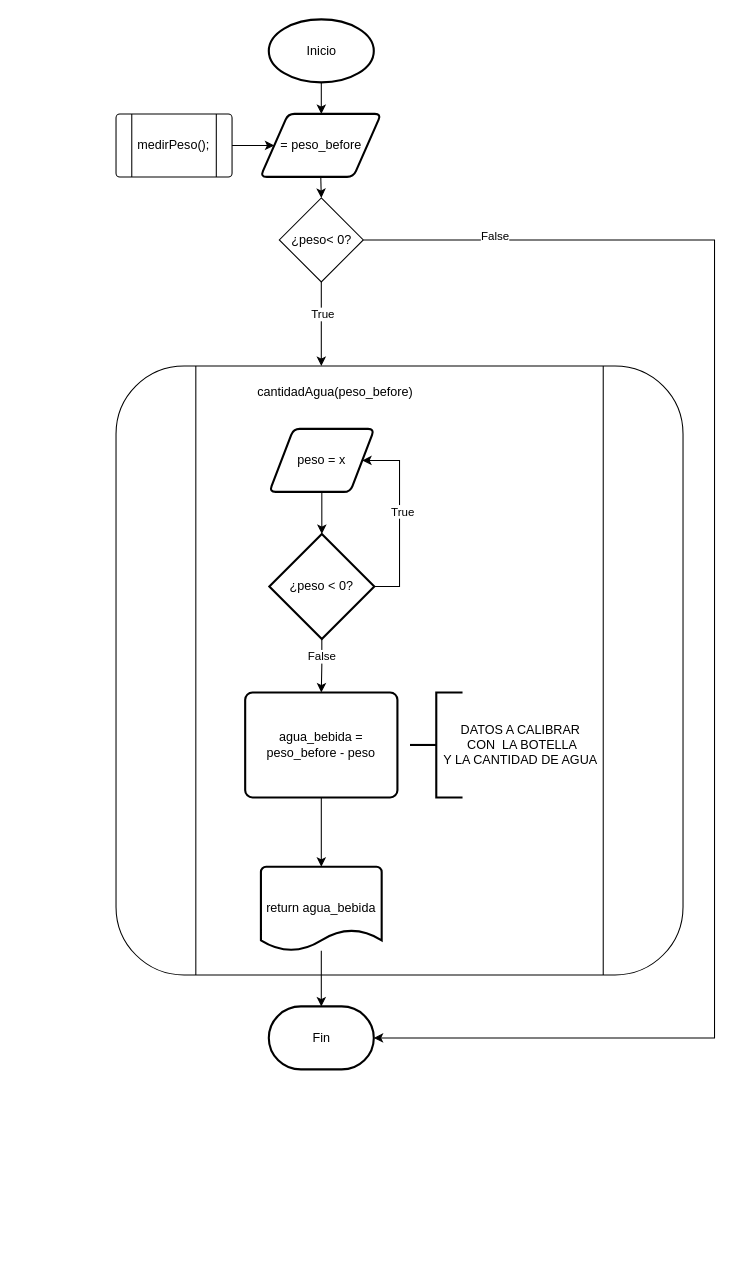
Above: app_diagrams/Quantity_water_bottle-Cantidad_agua_botella.drawio in Serious-Games-V-UFV/SERIOUS-GAMES-V-UFV (draw.io), before the change. Source tidied: cells renumbered, new cells numbered last; positions are measured from the earlier drawing's top-left corner, leaving out a move shared by most shapes. Both pictures are drawn from the tidied source at 105%, with x=0, y=0 at pixel (116, 19).
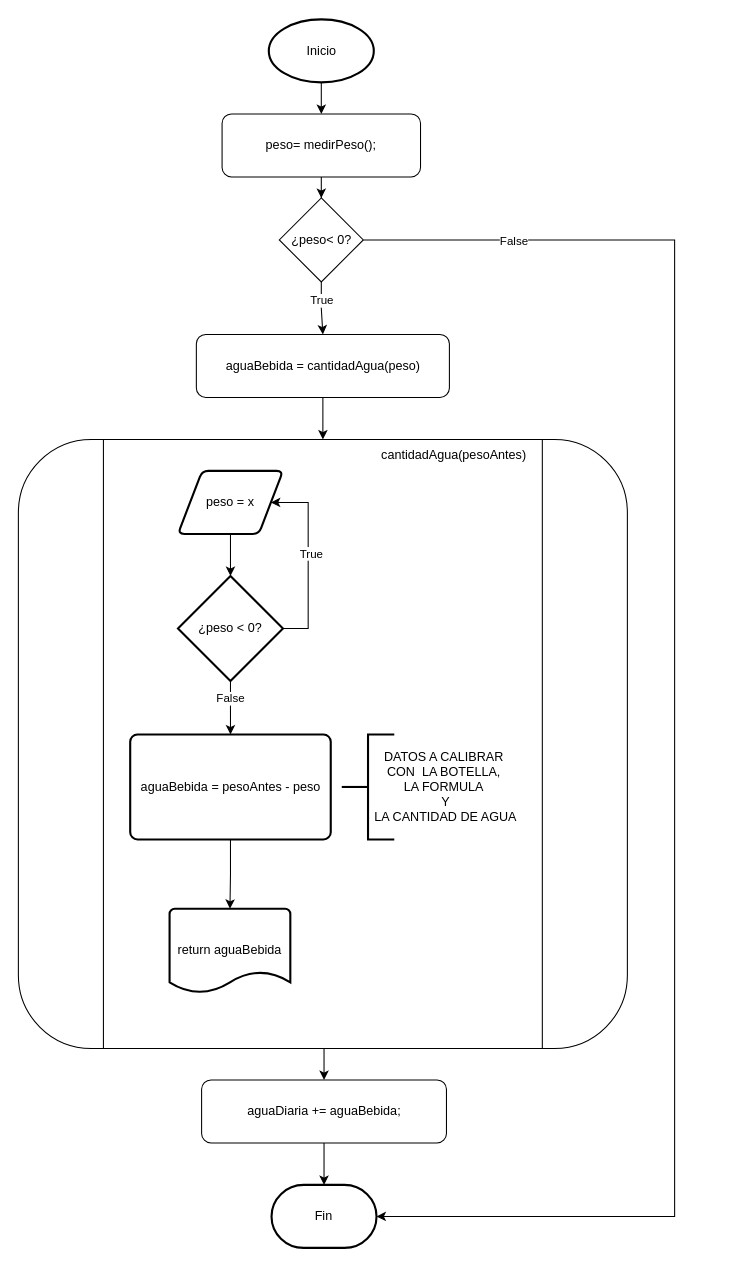
The same page after the edit.

Commit message (it also covers changes not shown here):
Updated Cantidad de agua bebida

Unchanged cells that the change refers to:
```xml
<mxCell id="12" value="¿peso&amp;lt; 0?" style="rhombus;whiteSpace=wrap;html=1;" parent="1" vertex="1">
  <mxGeometry x="155.5" y="170" width="80" height="80" as="geometry" />
</mxCell>
```

Change to the diagram source:
```diff
@@
-    <mxCell id="4" style="edgeStyle=orthogonalEdgeStyle;rounded=0;jettySize=auto;html=1;exitX=0.5;exitY=1;exitDx=0;exitDy=0;entryX=0.5;entryY=0;entryDx=0;entryDy=0;" parent="1" edge="1" source="5" target="12">
-      <mxGeometry relative="1" as="geometry" />
-    </mxCell>
-    <mxCell id="5" value="= peso_before" style="shape=parallelogram;html=1;strokeWidth=2;perimeter=parallelogramPerimeter;whiteSpace=wrap;rounded=1;arcSize=12;size=0.23;" parent="1" vertex="1">
-      <mxGeometry x="137.5" y="90" width="115" height="60" as="geometry" />
-    </mxCell>
-    <mxCell id="6" style="edgeStyle=orthogonalEdgeStyle;rounded=0;jettySize=auto;html=1;entryX=0;entryY=0.5;entryDx=0;entryDy=0;" parent="1" edge="1" source="7" target="5">
-      <mxGeometry relative="1" as="geometry" />
-    </mxCell>
-    <mxCell id="7" value="medirPeso();" style="verticalLabelPosition=middle;verticalAlign=middle;html=1;shape=process;whiteSpace=wrap;rounded=1;size=0.14;arcSize=6;labelPosition=center;align=center;" parent="1" vertex="1">
-      <mxGeometry y="90" width="110.5" height="60" as="geometry" />
-    </mxCell>
-    <mxCell id="8" style="edgeStyle=orthogonalEdgeStyle;rounded=0;jettySize=auto;html=1;" parent="1" edge="1" source="12">
-      <mxGeometry relative="1" as="geometry">
-        <mxPoint x="195.5" y="330" as="targetPoint" />
-      </mxGeometry>
-    </mxCell>
-    <mxCell id="9" value="True" style="edgeLabel;html=1;align=center;verticalAlign=middle;" parent="8" vertex="1">
-      <mxGeometry x="-0.25" y="1" relative="1" as="geometry" />
-    </mxCell>
-    <mxCell id="10" style="edgeStyle=orthogonalEdgeStyle;rounded=0;jettySize=auto;html=1;entryX=1;entryY=0.5;entryDx=0;entryDy=0;entryPerimeter=0;" parent="1" edge="1" source="12" target="19">
+    <mxCell id="10" style="edgeStyle=orthogonalEdgeStyle;rounded=0;jettySize=auto;html=1;entryX=1;entryY=0.5;entryDx=0;entryDy=0;entryPerimeter=0;exitX=1;exitY=0.5;exitDx=0;exitDy=0;" parent="1" edge="1" source="12" target="19">
       <mxGeometry relative="1" as="geometry">
         <Array as="points">
-          <mxPoint x="570" y="210" />
-          <mxPoint x="570" y="970" />
+          <mxPoint x="532" y="210" />
+          <mxPoint x="532" y="1140" />
         </Array>
       </mxGeometry>
     </mxCell>
     <mxCell id="11" value="False" style="edgeLabel;html=1;align=center;verticalAlign=middle;" parent="10" vertex="1">
-      <mxGeometry x="-0.51" y="1" relative="1" as="geometry">
-        <mxPoint x="-211" y="-17" as="offset" />
+      <mxGeometry x="-0.91" y="-1" relative="1" as="geometry">
+        <mxPoint x="75" y="-1" as="offset" />
       </mxGeometry>
     </mxCell>
+    <mxCell id="30" style="edgeStyle=orthogonalEdgeStyle;rounded=0;jettySize=auto;html=1;entryX=0.5;entryY=0;entryDx=0;entryDy=0;" parent="1" edge="1" source="12" target="34">
+      <mxGeometry relative="1" as="geometry">
+        <Array as="points">
+          <mxPoint x="196" y="275" />
+          <mxPoint x="196" y="275" />
+          <mxPoint x="196" y="300" />
+        </Array>
+      </mxGeometry>
+    </mxCell>
+    <mxCell id="9" value="True" style="edgeLabel;html=1;align=center;verticalAlign=middle;" parent="30" vertex="1">
+      <mxGeometry x="-0.32" relative="1" as="geometry" />
+    </mxCell>
@@
+    <mxCell id="21" style="edgeStyle=orthogonalEdgeStyle;rounded=0;jettySize=auto;html=1;entryX=0.5;entryY=0;entryDx=0;entryDy=0;" parent="1" edge="1" source="17" target="32">
+      <mxGeometry relative="1" as="geometry" />
+    </mxCell>
+    <mxCell id="19" value="Fin" style="strokeWidth=2;html=1;shape=mxgraph.flowchart.terminator;whiteSpace=wrap;" parent="1" vertex="1">
+      <mxGeometry x="148.1" y="1110" width="100" height="60" as="geometry" />
+    </mxCell>
+    <mxCell id="31" style="edgeStyle=orthogonalEdgeStyle;rounded=0;jettySize=auto;html=1;" parent="1" edge="1" source="32" target="19">
+      <mxGeometry relative="1" as="geometry" />
+    </mxCell>
+    <mxCell id="32" value="aguaDiaria += aguaBebida;" style="rounded=1;whiteSpace=wrap;html=1;" parent="1" vertex="1">
+      <mxGeometry x="81.5" y="1010" width="233.2" height="60" as="geometry" />
+    </mxCell>
+    <mxCell id="33" style="edgeStyle=orthogonalEdgeStyle;rounded=0;jettySize=auto;html=1;entryX=0.5;entryY=0;entryDx=0;entryDy=0;" parent="1" edge="1" source="34" target="14">
+      <mxGeometry relative="1" as="geometry" />
+    </mxCell>
+    <mxCell id="34" value="aguaBebida = cantidadAgua(peso)" style="rounded=1;whiteSpace=wrap;html=1;" parent="1" vertex="1">
+      <mxGeometry x="76.5" y="300" width="241" height="60" as="geometry" />
+    </mxCell>
+    <mxCell id="35" style="group;" parent="1" vertex="1">
+      <mxGeometry x="-93" y="400" width="580" height="580" as="geometry" />
+    </mxCell>
-    <mxCell id="13" style="text;html=1;align=center;verticalAlign=middle;strokeColor=none;fillColor=none;" parent="1" vertex="1">
-      <mxGeometry x="193.5" y="474" width="30" height="30" as="geometry" />
+    <mxCell id="13" style="text;html=1;align=center;verticalAlign=middle;strokeColor=none;fillColor=none;" parent="35" vertex="1">
+      <mxGeometry x="243.5" y="92" width="30" height="30" as="geometry" />
     </mxCell>
-    <mxCell id="14" style="verticalLabelPosition=bottom;verticalAlign=top;html=1;shape=process;whiteSpace=wrap;rounded=1;size=0.14;arcSize=12;" parent="1" vertex="1">
-      <mxGeometry y="330" width="540" height="580" as="geometry" />
+    <mxCell id="14" style="verticalLabelPosition=bottom;verticalAlign=top;html=1;shape=process;whiteSpace=wrap;rounded=1;size=0.14;arcSize=12;" parent="35" vertex="1">
+      <mxGeometry width="580" height="580" as="geometry" />
     </mxCell>
-    <mxCell id="15" value="peso = x" style="shape=parallelogram;html=1;strokeWidth=2;perimeter=parallelogramPerimeter;whiteSpace=wrap;rounded=1;arcSize=12;size=0.23;" parent="1" vertex="1">
-      <mxGeometry x="146" y="390" width="100" height="60" as="geometry" />
+    <mxCell id="15" value="peso = x" style="shape=parallelogram;html=1;strokeWidth=2;perimeter=parallelogramPerimeter;whiteSpace=wrap;rounded=1;arcSize=12;size=0.23;" parent="35" vertex="1">
+      <mxGeometry x="152" y="30" width="100" height="60" as="geometry" />
     </mxCell>
-    <mxCell id="16" value="agua_bebida = peso_before - peso" style="rounded=1;whiteSpace=wrap;html=1;absoluteArcSize=1;arcSize=14;strokeWidth=2;" parent="1" vertex="1">
-      <mxGeometry x="123" y="641" width="145" height="100" as="geometry" />
+    <mxCell id="16" value="aguaBebida = pesoAntes - peso" style="rounded=1;whiteSpace=wrap;html=1;absoluteArcSize=1;arcSize=14;strokeWidth=2;" parent="35" vertex="1">
+      <mxGeometry x="106.5" y="281" width="191" height="100" as="geometry" />
     </mxCell>
-    <mxCell id="17" value="return agua_bebida" style="strokeWidth=2;html=1;shape=mxgraph.flowchart.document2;whiteSpace=wrap;size=0.25;" parent="1" vertex="1">
-      <mxGeometry x="138" y="807" width="115" height="80" as="geometry" />
+    <mxCell id="17" value="return aguaBebida" style="strokeWidth=2;html=1;shape=mxgraph.flowchart.document2;whiteSpace=wrap;size=0.25;" parent="35" vertex="1">
+      <mxGeometry x="144" y="447" width="115" height="80" as="geometry" />
     </mxCell>
-    <mxCell id="18" style="edgeStyle=orthogonalEdgeStyle;rounded=0;jettySize=auto;html=1;entryX=0.5;entryY=0;entryDx=0;entryDy=0;entryPerimeter=0;" parent="1" edge="1" source="16" target="17">
+    <mxCell id="18" style="edgeStyle=orthogonalEdgeStyle;rounded=0;jettySize=auto;html=1;entryX=0.5;entryY=0;entryDx=0;entryDy=0;entryPerimeter=0;" parent="35" edge="1" source="16" target="17">
       <mxGeometry relative="1" as="geometry" />
     </mxCell>
-    <mxCell id="19" value="Fin" style="strokeWidth=2;html=1;shape=mxgraph.flowchart.terminator;whiteSpace=wrap;" parent="1" vertex="1">
-      <mxGeometry x="145.5" y="940" width="100" height="60" as="geometry" />
-    </mxCell>
-    <mxCell id="20" value="cantidadAgua(peso_before)" style="text;html=1;align=center;verticalAlign=middle;whiteSpace=wrap;rounded=0;" parent="1" vertex="1">
-      <mxGeometry x="113.5" y="340" width="190" height="30" as="geometry" />
-    </mxCell>
-    <mxCell id="21" style="edgeStyle=orthogonalEdgeStyle;rounded=0;jettySize=auto;html=1;entryX=0.5;entryY=0;entryDx=0;entryDy=0;entryPerimeter=0;" parent="1" edge="1" source="17" target="19">
-      <mxGeometry relative="1" as="geometry" />
-    </mxCell>
-    <mxCell id="22" style="strokeWidth=2;html=1;shape=mxgraph.flowchart.annotation_2;align=left;labelPosition=right;" parent="1" vertex="1">
-      <mxGeometry x="280" y="641" width="50" height="100" as="geometry" />
+    <mxCell id="22" style="strokeWidth=2;html=1;shape=mxgraph.flowchart.annotation_2;align=left;labelPosition=right;" parent="35" vertex="1">
+      <mxGeometry x="308" y="281" width="50" height="100" as="geometry" />
     </mxCell>
-    <mxCell id="23" value="DATOS A CALIBRAR&lt;br&gt;&amp;nbsp;CON&amp;nbsp;&amp;nbsp;LA BOTELLA &lt;br&gt;Y LA CANTIDAD DE AGUA" style="text;html=1;align=center;verticalAlign=middle;strokeColor=none;fillColor=none;" parent="1" vertex="1">
-      <mxGeometry x="300" y="661" width="170" height="60" as="geometry" />
+    <mxCell id="23" value="DATOS A CALIBRAR&lt;br&gt;&amp;nbsp;CON&amp;nbsp;&amp;nbsp;LA BOTELLA,&amp;nbsp;&lt;div&gt;LA FORMULA&lt;div&gt;&amp;nbsp;Y&lt;br&gt;&amp;nbsp;LA CANTIDAD DE AGUA&lt;/div&gt;&lt;/div&gt;" style="text;html=1;align=center;verticalAlign=middle;strokeColor=none;fillColor=none;" parent="35" vertex="1">
+      <mxGeometry x="325" y="286" width="160" height="90" as="geometry" />
     </mxCell>
-    <mxCell id="24" style="edgeStyle=orthogonalEdgeStyle;rounded=0;jettySize=auto;html=1;entryX=1;entryY=0.5;entryDx=0;entryDy=0;" parent="1" edge="1" source="28" target="15">
+    <mxCell id="24" style="edgeStyle=orthogonalEdgeStyle;rounded=0;jettySize=auto;html=1;entryX=1;entryY=0.5;entryDx=0;entryDy=0;" parent="35" edge="1" source="28" target="15">
       <mxGeometry relative="1" as="geometry">
         <Array as="points">
-          <mxPoint x="270" y="540" />
-          <mxPoint x="270" y="420" />
+          <mxPoint x="276" y="180" />
+          <mxPoint x="276" y="60" />
         </Array>
       </mxGeometry>
     </mxCell>
@@
-    <mxCell id="26" style="edgeStyle=orthogonalEdgeStyle;rounded=0;jettySize=auto;html=1;exitX=0.5;exitY=1;exitDx=0;exitDy=0;exitPerimeter=0;entryX=0.5;entryY=0;entryDx=0;entryDy=0;" parent="1" edge="1" source="28" target="16">
+    <mxCell id="26" style="edgeStyle=orthogonalEdgeStyle;rounded=0;jettySize=auto;html=1;exitX=0.5;exitY=1;exitDx=0;exitDy=0;exitPerimeter=0;entryX=0.5;entryY=0;entryDx=0;entryDy=0;" parent="35" edge="1" source="28" target="16">
       <mxGeometry relative="1" as="geometry" />
     </mxCell>
@@
-    <mxCell id="28" value="¿peso &amp;lt; 0?" style="strokeWidth=2;html=1;shape=mxgraph.flowchart.decision;whiteSpace=wrap;" parent="1" vertex="1">
-      <mxGeometry x="146" y="490" width="100" height="100" as="geometry" />
+    <mxCell id="28" value="¿peso &amp;lt; 0?" style="strokeWidth=2;html=1;shape=mxgraph.flowchart.decision;whiteSpace=wrap;" parent="35" vertex="1">
+      <mxGeometry x="152" y="130" width="100" height="100" as="geometry" />
     </mxCell>
-    <mxCell id="29" style="edgeStyle=orthogonalEdgeStyle;rounded=0;jettySize=auto;html=1;entryX=0.5;entryY=0;entryDx=0;entryDy=0;entryPerimeter=0;" parent="1" edge="1" source="15" target="28">
+    <mxCell id="29" style="edgeStyle=orthogonalEdgeStyle;rounded=0;jettySize=auto;html=1;entryX=0.5;entryY=0;entryDx=0;entryDy=0;entryPerimeter=0;" parent="35" edge="1" source="15" target="28">
       <mxGeometry relative="1" as="geometry" />
     </mxCell>
+    <mxCell id="20" value="cantidadAgua(pesoAntes)" style="text;html=1;align=center;verticalAlign=middle;whiteSpace=wrap;rounded=0;" parent="35" vertex="1">
+      <mxGeometry x="320" width="190" height="30" as="geometry" />
+    </mxCell>
+    <mxCell id="36" style="edgeStyle=orthogonalEdgeStyle;rounded=0;jettySize=auto;html=1;entryX=0.5;entryY=0;entryDx=0;entryDy=0;" parent="1" edge="1" source="37" target="12">
+      <mxGeometry relative="1" as="geometry" />
+    </mxCell>
+    <mxCell id="37" value="peso= medirPeso();" style="rounded=1;whiteSpace=wrap;html=1;" parent="1" vertex="1">
+      <mxGeometry x="101" y="90" width="189" height="60" as="geometry" />
+    </mxCell>
```
